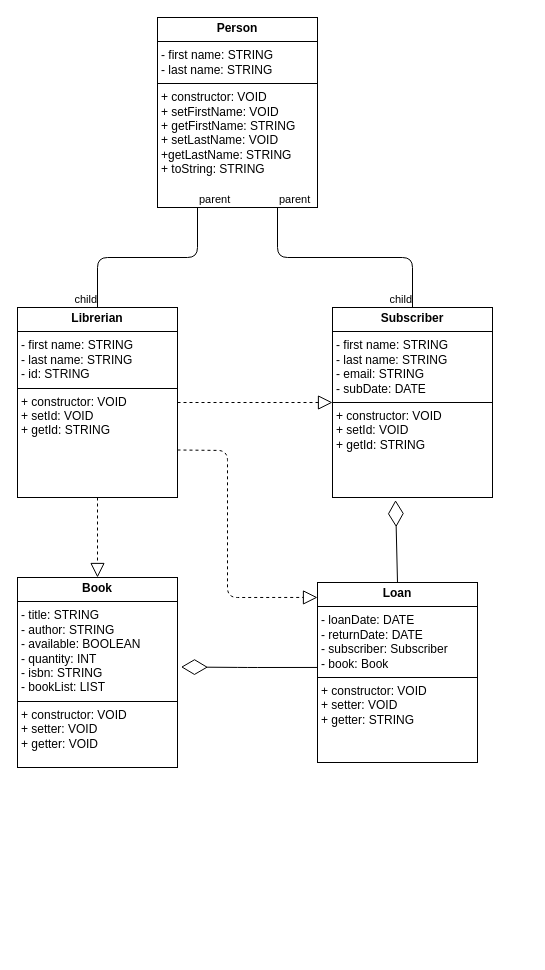
juliuselgringo/CDAjrou keeps this draw.io diagram as Bibliotheque/src/training/afpa/uml/diagramClass.drawio. Above is the earlier version. Source tidied: cells renumbered, new cells numbered last; positions are measured from the earlier drawing's top-left corner, leaving out a move shared by most shapes. Both pictures are drawn from the tidied source at 100%, with x=0, y=0 at pixel (17, 17).
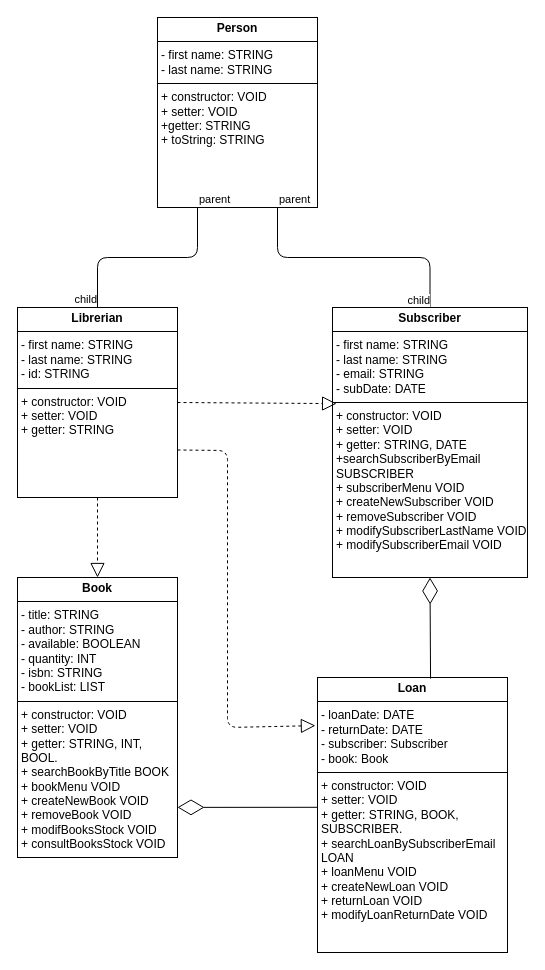
The same diagram, later.

Change to the diagram source:
```diff
@@
-    <mxCell id="2" value="&lt;p style=&quot;margin:0px;margin-top:4px;text-align:center;&quot;&gt;&lt;b&gt;Person&lt;/b&gt;&lt;/p&gt;&lt;hr size=&quot;1&quot; style=&quot;border-style:solid;&quot;&gt;&lt;p style=&quot;margin:0px;margin-left:4px;&quot;&gt;&lt;span style=&quot;background-color: transparent;&quot;&gt;-&amp;nbsp;&lt;/span&gt;&lt;span style=&quot;color: rgb(0, 0, 0); background-color: transparent;&quot;&gt;first name: STRING&lt;/span&gt;&lt;/p&gt;&lt;p style=&quot;margin:0px;margin-left:4px;&quot;&gt;&lt;span style=&quot;color: rgb(0, 0, 0); background-color: transparent;&quot;&gt;- last name: STRING&lt;/span&gt;&lt;/p&gt;&lt;hr size=&quot;1&quot; style=&quot;border-style:solid;&quot;&gt;&lt;p style=&quot;margin:0px;margin-left:4px;&quot;&gt;+ constructor: VOID&lt;/p&gt;&lt;p style=&quot;margin:0px;margin-left:4px;&quot;&gt;+ setFirstName: VOID&lt;/p&gt;&lt;p style=&quot;margin:0px;margin-left:4px;&quot;&gt;+ getFirstName: STRING&lt;/p&gt;&lt;p style=&quot;margin:0px;margin-left:4px;&quot;&gt;+ setLastName: VOID&lt;/p&gt;&lt;p style=&quot;margin:0px;margin-left:4px;&quot;&gt;+getLastName: STRING&lt;/p&gt;&lt;p style=&quot;margin:0px;margin-left:4px;&quot;&gt;+ toString: STRING&lt;/p&gt;" style="verticalAlign=top;align=left;overflow=fill;html=1;whiteSpace=wrap;" parent="1" vertex="1">
+    <mxCell id="2" value="&lt;p style=&quot;margin:0px;margin-top:4px;text-align:center;&quot;&gt;&lt;b&gt;Person&lt;/b&gt;&lt;/p&gt;&lt;hr size=&quot;1&quot; style=&quot;border-style:solid;&quot;&gt;&lt;p style=&quot;margin:0px;margin-left:4px;&quot;&gt;&lt;span style=&quot;background-color: transparent;&quot;&gt;-&amp;nbsp;&lt;/span&gt;&lt;span style=&quot;color: rgb(0, 0, 0); background-color: transparent;&quot;&gt;first name: STRING&lt;/span&gt;&lt;/p&gt;&lt;p style=&quot;margin:0px;margin-left:4px;&quot;&gt;&lt;span style=&quot;color: rgb(0, 0, 0); background-color: transparent;&quot;&gt;- last name: STRING&lt;/span&gt;&lt;/p&gt;&lt;hr size=&quot;1&quot; style=&quot;border-style:solid;&quot;&gt;&lt;p style=&quot;margin:0px;margin-left:4px;&quot;&gt;+ constructor: VOID&lt;/p&gt;&lt;p style=&quot;margin:0px;margin-left:4px;&quot;&gt;+ setter: VOID&lt;/p&gt;&lt;p style=&quot;margin:0px;margin-left:4px;&quot;&gt;+getter: STRING&lt;/p&gt;&lt;p style=&quot;margin:0px;margin-left:4px;&quot;&gt;+ toString: STRING&lt;/p&gt;" style="verticalAlign=top;align=left;overflow=fill;html=1;whiteSpace=wrap;" parent="1" vertex="1">
       <mxGeometry x="140" width="160" height="190" as="geometry" />
     </mxCell>
-    <mxCell id="3" value="&lt;p style=&quot;margin:0px;margin-top:4px;text-align:center;&quot;&gt;&lt;b&gt;Librerian&lt;/b&gt;&lt;/p&gt;&lt;hr size=&quot;1&quot; style=&quot;border-style:solid;&quot;&gt;&lt;p style=&quot;margin:0px;margin-left:4px;&quot;&gt;&lt;span style=&quot;background-color: transparent;&quot;&gt;-&amp;nbsp;&lt;/span&gt;&lt;span style=&quot;color: rgb(0, 0, 0); background-color: transparent;&quot;&gt;first name: STRING&lt;/span&gt;&lt;/p&gt;&lt;p style=&quot;margin:0px;margin-left:4px;&quot;&gt;&lt;span style=&quot;color: rgb(0, 0, 0); background-color: transparent;&quot;&gt;- last name: STRING&lt;/span&gt;&lt;/p&gt;&lt;p style=&quot;margin:0px;margin-left:4px;&quot;&gt;&lt;span style=&quot;color: rgb(0, 0, 0); background-color: transparent;&quot;&gt;- id: STRING&lt;/span&gt;&lt;/p&gt;&lt;hr size=&quot;1&quot; style=&quot;border-style:solid;&quot;&gt;&lt;p style=&quot;margin:0px;margin-left:4px;&quot;&gt;+ constructor: VOID&lt;/p&gt;&lt;p style=&quot;margin:0px;margin-left:4px;&quot;&gt;+ setId: VOID&lt;/p&gt;&lt;p style=&quot;margin:0px;margin-left:4px;&quot;&gt;+ getId: STRING&lt;/p&gt;" style="verticalAlign=top;align=left;overflow=fill;html=1;whiteSpace=wrap;" parent="1" vertex="1">
+    <mxCell id="3" value="&lt;p style=&quot;margin:0px;margin-top:4px;text-align:center;&quot;&gt;&lt;b&gt;Librerian&lt;/b&gt;&lt;/p&gt;&lt;hr size=&quot;1&quot; style=&quot;border-style:solid;&quot;&gt;&lt;p style=&quot;margin:0px;margin-left:4px;&quot;&gt;&lt;span style=&quot;background-color: transparent;&quot;&gt;-&amp;nbsp;&lt;/span&gt;&lt;span style=&quot;color: rgb(0, 0, 0); background-color: transparent;&quot;&gt;first name: STRING&lt;/span&gt;&lt;/p&gt;&lt;p style=&quot;margin:0px;margin-left:4px;&quot;&gt;&lt;span style=&quot;color: rgb(0, 0, 0); background-color: transparent;&quot;&gt;- last name: STRING&lt;/span&gt;&lt;/p&gt;&lt;p style=&quot;margin:0px;margin-left:4px;&quot;&gt;&lt;span style=&quot;color: rgb(0, 0, 0); background-color: transparent;&quot;&gt;- id: STRING&lt;/span&gt;&lt;/p&gt;&lt;hr size=&quot;1&quot; style=&quot;border-style:solid;&quot;&gt;&lt;p style=&quot;margin:0px;margin-left:4px;&quot;&gt;+ constructor: VOID&lt;/p&gt;&lt;p style=&quot;margin:0px;margin-left:4px;&quot;&gt;+ setter: VOID&lt;/p&gt;&lt;p style=&quot;margin:0px;margin-left:4px;&quot;&gt;+ getter: STRING&lt;/p&gt;" style="verticalAlign=top;align=left;overflow=fill;html=1;whiteSpace=wrap;" parent="1" vertex="1">
       <mxGeometry y="290" width="160" height="190" as="geometry" />
     </mxCell>
-    <mxCell id="4" value="&lt;p style=&quot;margin:0px;margin-top:4px;text-align:center;&quot;&gt;&lt;b&gt;Subscriber&lt;/b&gt;&lt;/p&gt;&lt;hr size=&quot;1&quot; style=&quot;border-style:solid;&quot;&gt;&lt;p style=&quot;margin:0px;margin-left:4px;&quot;&gt;&lt;span style=&quot;background-color: transparent;&quot;&gt;-&amp;nbsp;&lt;/span&gt;&lt;span style=&quot;color: rgb(0, 0, 0); background-color: transparent;&quot;&gt;first name: STRING&lt;/span&gt;&lt;/p&gt;&lt;p style=&quot;margin:0px;margin-left:4px;&quot;&gt;&lt;span style=&quot;color: rgb(0, 0, 0); background-color: transparent;&quot;&gt;- last name: STRING&lt;/span&gt;&lt;/p&gt;&lt;p style=&quot;margin:0px;margin-left:4px;&quot;&gt;&lt;span style=&quot;color: rgb(0, 0, 0); background-color: transparent;&quot;&gt;- email: STRING&lt;/span&gt;&lt;/p&gt;&lt;p style=&quot;margin:0px;margin-left:4px;&quot;&gt;&lt;span style=&quot;color: rgb(0, 0, 0); background-color: transparent;&quot;&gt;- subDate: DATE&lt;/span&gt;&lt;/p&gt;&lt;hr size=&quot;1&quot; style=&quot;border-style:solid;&quot;&gt;&lt;p style=&quot;margin:0px;margin-left:4px;&quot;&gt;+ constructor: VOID&lt;/p&gt;&lt;p style=&quot;margin:0px;margin-left:4px;&quot;&gt;+ setId: VOID&lt;/p&gt;&lt;p style=&quot;margin:0px;margin-left:4px;&quot;&gt;+ getId: STRING&lt;/p&gt;" style="verticalAlign=top;align=left;overflow=fill;html=1;whiteSpace=wrap;" parent="1" vertex="1">
-      <mxGeometry x="315" y="290" width="160" height="190" as="geometry" />
+    <mxCell id="4" value="&lt;p style=&quot;margin:0px;margin-top:4px;text-align:center;&quot;&gt;&lt;b&gt;Subscriber&lt;/b&gt;&lt;/p&gt;&lt;hr size=&quot;1&quot; style=&quot;border-style:solid;&quot;&gt;&lt;p style=&quot;margin:0px;margin-left:4px;&quot;&gt;&lt;span style=&quot;background-color: transparent;&quot;&gt;-&amp;nbsp;&lt;/span&gt;&lt;span style=&quot;color: rgb(0, 0, 0); background-color: transparent;&quot;&gt;first name: STRING&lt;/span&gt;&lt;/p&gt;&lt;p style=&quot;margin:0px;margin-left:4px;&quot;&gt;&lt;span style=&quot;color: rgb(0, 0, 0); background-color: transparent;&quot;&gt;- last name: STRING&lt;/span&gt;&lt;/p&gt;&lt;p style=&quot;margin:0px;margin-left:4px;&quot;&gt;&lt;span style=&quot;color: rgb(0, 0, 0); background-color: transparent;&quot;&gt;- email: STRING&lt;/span&gt;&lt;/p&gt;&lt;p style=&quot;margin:0px;margin-left:4px;&quot;&gt;&lt;span style=&quot;color: rgb(0, 0, 0); background-color: transparent;&quot;&gt;- subDate: DATE&lt;/span&gt;&lt;/p&gt;&lt;hr size=&quot;1&quot; style=&quot;border-style:solid;&quot;&gt;&lt;p style=&quot;margin:0px;margin-left:4px;&quot;&gt;+ constructor: VOID&lt;/p&gt;&lt;p style=&quot;margin:0px;margin-left:4px;&quot;&gt;+ setter: VOID&lt;/p&gt;&lt;p style=&quot;margin:0px;margin-left:4px;&quot;&gt;+ getter: STRING, DATE&lt;/p&gt;&lt;p style=&quot;margin:0px;margin-left:4px;&quot;&gt;+searchSubscriberByEmail SUBSCRIBER&lt;/p&gt;&lt;p style=&quot;margin:0px;margin-left:4px;&quot;&gt;+ subscriberMenu VOID&lt;/p&gt;&lt;p style=&quot;margin:0px;margin-left:4px;&quot;&gt;+ createNewSubscriber VOID&lt;/p&gt;&lt;p style=&quot;margin:0px;margin-left:4px;&quot;&gt;+ removeSubscriber VOID&lt;/p&gt;&lt;p style=&quot;margin:0px;margin-left:4px;&quot;&gt;+ modifySubscriberLastName VOID&lt;/p&gt;&lt;p style=&quot;margin:0px;margin-left:4px;&quot;&gt;+ modifySubscriberEmail VOID&lt;/p&gt;" style="verticalAlign=top;align=left;overflow=fill;html=1;whiteSpace=wrap;" parent="1" vertex="1">
+      <mxGeometry x="315" y="290" width="195" height="270" as="geometry" />
     </mxCell>
@@
-    <mxCell id="11" value="&lt;p style=&quot;margin:0px;margin-top:4px;text-align:center;&quot;&gt;&lt;b&gt;Book&lt;/b&gt;&lt;/p&gt;&lt;hr size=&quot;1&quot; style=&quot;border-style:solid;&quot;&gt;&lt;p style=&quot;margin:0px;margin-left:4px;&quot;&gt;&lt;span style=&quot;background-color: transparent;&quot;&gt;- title&lt;/span&gt;&lt;span style=&quot;color: rgb(0, 0, 0); background-color: transparent;&quot;&gt;: STRING&lt;/span&gt;&lt;/p&gt;&lt;p style=&quot;margin:0px;margin-left:4px;&quot;&gt;&lt;span style=&quot;color: rgb(0, 0, 0); background-color: transparent;&quot;&gt;- author: STRING&lt;/span&gt;&lt;/p&gt;&lt;p style=&quot;margin:0px;margin-left:4px;&quot;&gt;&lt;span style=&quot;color: rgb(0, 0, 0); background-color: transparent;&quot;&gt;- available: BOOLEAN&lt;/span&gt;&lt;/p&gt;&lt;p style=&quot;margin:0px;margin-left:4px;&quot;&gt;&lt;span style=&quot;color: rgb(0, 0, 0); background-color: transparent;&quot;&gt;- quantity: INT&lt;/span&gt;&lt;/p&gt;&lt;p style=&quot;margin:0px;margin-left:4px;&quot;&gt;&lt;span style=&quot;color: rgb(0, 0, 0); background-color: transparent;&quot;&gt;- isbn: STRING&lt;/span&gt;&lt;/p&gt;&lt;p style=&quot;margin:0px;margin-left:4px;&quot;&gt;&lt;span style=&quot;color: rgb(0, 0, 0); background-color: transparent;&quot;&gt;- bookList: LIST&lt;/span&gt;&lt;/p&gt;&lt;hr size=&quot;1&quot; style=&quot;border-style:solid;&quot;&gt;&lt;p style=&quot;margin:0px;margin-left:4px;&quot;&gt;+ constructor: VOID&lt;/p&gt;&lt;p style=&quot;margin:0px;margin-left:4px;&quot;&gt;+ setter: VOID&lt;/p&gt;&lt;p style=&quot;margin:0px;margin-left:4px;&quot;&gt;+ getter: VOID&lt;/p&gt;&lt;p style=&quot;margin:0px;margin-left:4px;&quot;&gt;&lt;br&gt;&lt;/p&gt;" style="verticalAlign=top;align=left;overflow=fill;html=1;whiteSpace=wrap;" parent="1" vertex="1">
-      <mxGeometry y="560" width="160" height="190" as="geometry" />
+    <mxCell id="11" value="&lt;p style=&quot;margin:0px;margin-top:4px;text-align:center;&quot;&gt;&lt;b&gt;Book&lt;/b&gt;&lt;/p&gt;&lt;hr size=&quot;1&quot; style=&quot;border-style:solid;&quot;&gt;&lt;p style=&quot;margin:0px;margin-left:4px;&quot;&gt;&lt;span style=&quot;background-color: transparent;&quot;&gt;- title&lt;/span&gt;&lt;span style=&quot;color: rgb(0, 0, 0); background-color: transparent;&quot;&gt;: STRING&lt;/span&gt;&lt;/p&gt;&lt;p style=&quot;margin:0px;margin-left:4px;&quot;&gt;&lt;span style=&quot;color: rgb(0, 0, 0); background-color: transparent;&quot;&gt;- author: STRING&lt;/span&gt;&lt;/p&gt;&lt;p style=&quot;margin:0px;margin-left:4px;&quot;&gt;&lt;span style=&quot;color: rgb(0, 0, 0); background-color: transparent;&quot;&gt;- available: BOOLEAN&lt;/span&gt;&lt;/p&gt;&lt;p style=&quot;margin:0px;margin-left:4px;&quot;&gt;&lt;span style=&quot;color: rgb(0, 0, 0); background-color: transparent;&quot;&gt;- quantity: INT&lt;/span&gt;&lt;/p&gt;&lt;p style=&quot;margin:0px;margin-left:4px;&quot;&gt;&lt;span style=&quot;color: rgb(0, 0, 0); background-color: transparent;&quot;&gt;- isbn: STRING&lt;/span&gt;&lt;/p&gt;&lt;p style=&quot;margin:0px;margin-left:4px;&quot;&gt;&lt;span style=&quot;color: rgb(0, 0, 0); background-color: transparent;&quot;&gt;- bookList: LIST&lt;/span&gt;&lt;/p&gt;&lt;hr size=&quot;1&quot; style=&quot;border-style:solid;&quot;&gt;&lt;p style=&quot;margin:0px;margin-left:4px;&quot;&gt;+ constructor: VOID&lt;/p&gt;&lt;p style=&quot;margin:0px;margin-left:4px;&quot;&gt;+ setter: VOID&lt;/p&gt;&lt;p style=&quot;margin:0px;margin-left:4px;&quot;&gt;+ getter: STRING, INT, BOOL.&lt;/p&gt;&lt;p style=&quot;margin:0px;margin-left:4px;&quot;&gt;+ searchBookByTitle BOOK&lt;/p&gt;&lt;p style=&quot;margin:0px;margin-left:4px;&quot;&gt;+ bookMenu VOID&lt;/p&gt;&lt;p style=&quot;margin:0px;margin-left:4px;&quot;&gt;+ createNewBook VOID&lt;/p&gt;&lt;p style=&quot;margin:0px;margin-left:4px;&quot;&gt;+ removeBook VOID&lt;/p&gt;&lt;p style=&quot;margin:0px;margin-left:4px;&quot;&gt;+ modifBooksStock VOID&lt;/p&gt;&lt;p style=&quot;margin:0px;margin-left:4px;&quot;&gt;+ consultBooksStock VOID&lt;/p&gt;&lt;p style=&quot;margin:0px;margin-left:4px;&quot;&gt;&lt;br&gt;&lt;/p&gt;" style="verticalAlign=top;align=left;overflow=fill;html=1;whiteSpace=wrap;" parent="1" vertex="1">
+      <mxGeometry y="560" width="160" height="280" as="geometry" />
     </mxCell>
-    <mxCell id="12" value="&lt;p style=&quot;margin:0px;margin-top:4px;text-align:center;&quot;&gt;&lt;b&gt;Loan&lt;/b&gt;&lt;/p&gt;&lt;hr size=&quot;1&quot; style=&quot;border-style:solid;&quot;&gt;&lt;p style=&quot;margin:0px;margin-left:4px;&quot;&gt;- loanDate: DATE&lt;/p&gt;&lt;p style=&quot;margin:0px;margin-left:4px;&quot;&gt;- returnDate: DATE&lt;/p&gt;&lt;p style=&quot;margin:0px;margin-left:4px;&quot;&gt;- subscriber: Subscriber&lt;/p&gt;&lt;p style=&quot;margin:0px;margin-left:4px;&quot;&gt;- book: Book&lt;/p&gt;&lt;hr size=&quot;1&quot; style=&quot;border-style:solid;&quot;&gt;&lt;p style=&quot;margin:0px;margin-left:4px;&quot;&gt;+ constructor: VOID&lt;/p&gt;&lt;p style=&quot;margin:0px;margin-left:4px;&quot;&gt;+ setter: VOID&lt;/p&gt;&lt;p style=&quot;margin:0px;margin-left:4px;&quot;&gt;+ getter: STRING&lt;/p&gt;&lt;p style=&quot;margin:0px;margin-left:4px;&quot;&gt;&lt;br&gt;&lt;/p&gt;&lt;p style=&quot;margin:0px;margin-left:4px;&quot;&gt;&lt;br&gt;&lt;/p&gt;" style="verticalAlign=top;align=left;overflow=fill;html=1;whiteSpace=wrap;" parent="1" vertex="1">
-      <mxGeometry x="300" y="565" width="160" height="180" as="geometry" />
+    <mxCell id="12" value="&lt;p style=&quot;margin:0px;margin-top:4px;text-align:center;&quot;&gt;&lt;b&gt;Loan&lt;/b&gt;&lt;/p&gt;&lt;hr size=&quot;1&quot; style=&quot;border-style:solid;&quot;&gt;&lt;p style=&quot;margin:0px;margin-left:4px;&quot;&gt;- loanDate: DATE&lt;/p&gt;&lt;p style=&quot;margin:0px;margin-left:4px;&quot;&gt;- returnDate: DATE&lt;/p&gt;&lt;p style=&quot;margin:0px;margin-left:4px;&quot;&gt;- subscriber: Subscriber&lt;/p&gt;&lt;p style=&quot;margin:0px;margin-left:4px;&quot;&gt;- book: Book&lt;/p&gt;&lt;hr size=&quot;1&quot; style=&quot;border-style:solid;&quot;&gt;&lt;p style=&quot;margin:0px;margin-left:4px;&quot;&gt;+ constructor: VOID&lt;/p&gt;&lt;p style=&quot;margin:0px;margin-left:4px;&quot;&gt;+ setter: VOID&lt;/p&gt;&lt;p style=&quot;margin:0px;margin-left:4px;&quot;&gt;+ getter: STRING, BOOK, SUBSCRIBER.&lt;/p&gt;&lt;p style=&quot;margin:0px;margin-left:4px;&quot;&gt;+ searchLoanBySubscriberEmail LOAN&lt;/p&gt;&lt;p style=&quot;margin:0px;margin-left:4px;&quot;&gt;+ loanMenu VOID&lt;/p&gt;&lt;p style=&quot;margin:0px;margin-left:4px;&quot;&gt;+ createNewLoan VOID&lt;/p&gt;&lt;p style=&quot;margin:0px;margin-left:4px;&quot;&gt;+ returnLoan VOID&lt;/p&gt;&lt;p style=&quot;margin:0px;margin-left:4px;&quot;&gt;+ modifyLoanReturnDate VOID&lt;/p&gt;&lt;p style=&quot;margin:0px;margin-left:4px;&quot;&gt;&lt;br&gt;&lt;/p&gt;" style="verticalAlign=top;align=left;overflow=fill;html=1;whiteSpace=wrap;" parent="1" vertex="1">
+      <mxGeometry x="300" y="660" width="190" height="275" as="geometry" />
     </mxCell>
-    <mxCell id="13" style="endArrow=diamondThin;endFill=0;endSize=24;html=1;entryX=1.022;entryY=0.471;entryDx=0;entryDy=0;entryPerimeter=0;exitX=0;exitY=0.472;exitDx=0;exitDy=0;exitPerimeter=0;" parent="1" edge="1" source="12" target="11">
-      <mxGeometry relative="1" as="geometry">
-        <Array as="points">
-          <mxPoint x="230" y="650" />
-        </Array>
-      </mxGeometry>
+    <mxCell id="13" style="endArrow=diamondThin;endFill=0;endSize=24;html=1;entryX=1;entryY=0.821;entryDx=0;entryDy=0;entryPerimeter=0;exitX=0;exitY=0.472;exitDx=0;exitDy=0;exitPerimeter=0;" parent="1" edge="1" source="12" target="11">
+      <mxGeometry relative="1" as="geometry" />
     </mxCell>
-    <mxCell id="14" style="endArrow=diamondThin;endFill=0;endSize=24;html=1;entryX=0.394;entryY=1.014;entryDx=0;entryDy=0;entryPerimeter=0;exitX=0.5;exitY=0;exitDx=0;exitDy=0;" parent="1" edge="1" source="12" target="4">
+    <mxCell id="14" style="endArrow=diamondThin;endFill=0;endSize=24;html=1;entryX=0.5;entryY=1;entryDx=0;entryDy=0;exitX=0.595;exitY=0.004;exitDx=0;exitDy=0;exitPerimeter=0;" parent="1" edge="1" source="12" target="4">
       <mxGeometry relative="1" as="geometry" />
     </mxCell>
-    <mxCell id="15" style="endArrow=block;dashed=1;endFill=0;endSize=12;html=1;exitX=1;exitY=0.5;exitDx=0;exitDy=0;entryX=0;entryY=0.5;entryDx=0;entryDy=0;" parent="1" edge="1" source="3" target="4">
+    <mxCell id="15" style="endArrow=block;dashed=1;endFill=0;endSize=12;html=1;exitX=1;exitY=0.5;exitDx=0;exitDy=0;entryX=0.021;entryY=0.356;entryDx=0;entryDy=0;entryPerimeter=0;" parent="1" edge="1" source="3" target="4">
       <mxGeometry relative="1" as="geometry" />
     </mxCell>
@@
-    <mxCell id="17" style="endArrow=block;dashed=1;endFill=0;endSize=12;html=1;exitX=1;exitY=0.75;exitDx=0;exitDy=0;entryX=0;entryY=0.083;entryDx=0;entryDy=0;entryPerimeter=0;" parent="1" edge="1" source="3" target="12">
+    <mxCell id="17" style="endArrow=block;dashed=1;endFill=0;endSize=12;html=1;exitX=1;exitY=0.75;exitDx=0;exitDy=0;entryX=-0.011;entryY=0.175;entryDx=0;entryDy=0;entryPerimeter=0;" parent="1" edge="1" source="3" target="12">
       <mxGeometry relative="1" as="geometry">
         <Array as="points">
           <mxPoint x="210" y="433" />
-          <mxPoint x="210" y="580" />
+          <mxPoint x="210" y="710" />
         </Array>
       </mxGeometry>
     </mxCell>
```
